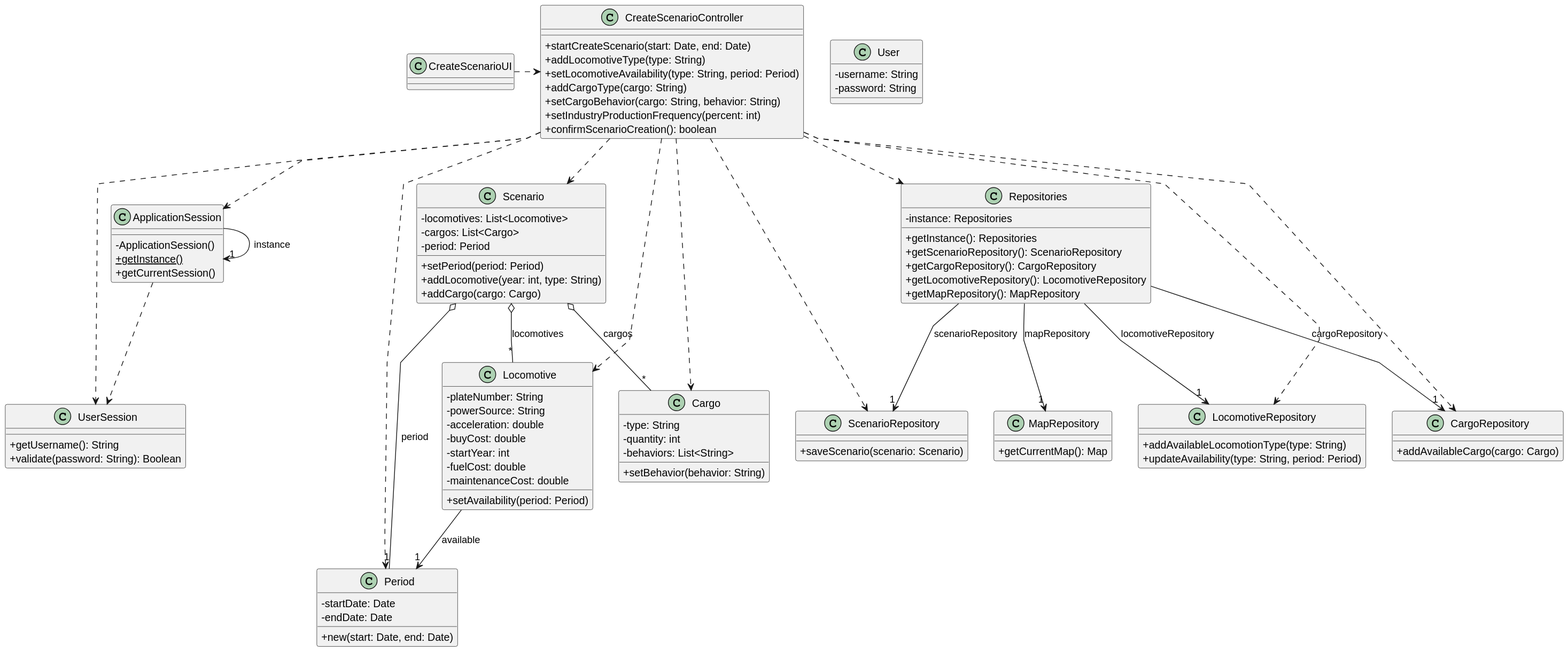
1240826/empire-on-tracks keeps this PlantUML diagram as docs/system-documentation/US004/03.design/svg/US004-CD.svg. Above is the earlier version.
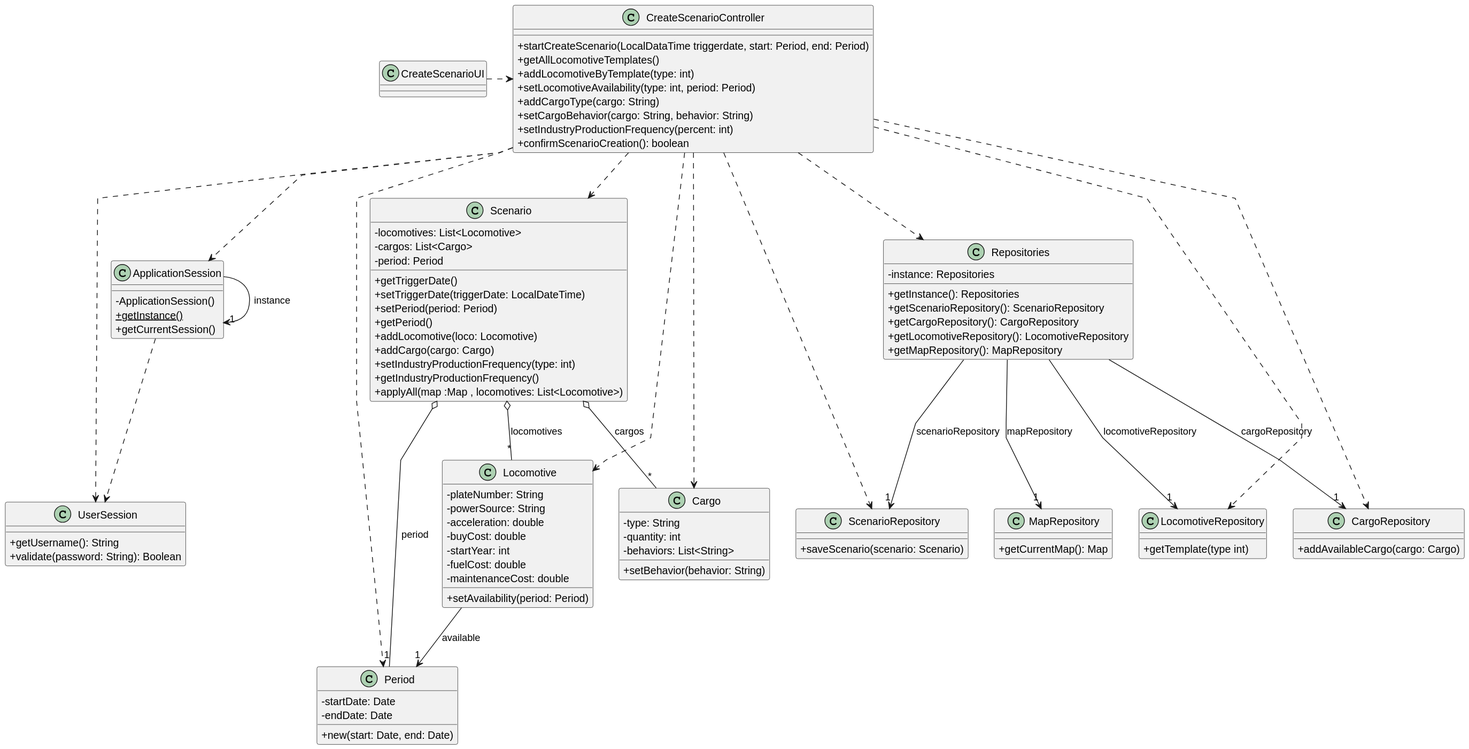
Later version of the same file.

Commit message:
updates on houseblock automatic method

The edit, as a diff of the source:
```diff
@@ -4,11 +4,6 @@
 skinparam linetype polyline
 skinparam classAttributeIconSize 0
 
-
-class User {
-    - username: String
-    - password: String
-}
 
 class ApplicationSession
 {
@@ -31,9 +26,10 @@
 }
 
 class CreateScenarioController {
-    + startCreateScenario(start: Date, end: Date)
-    + addLocomotiveType(type: String)
-    + setLocomotiveAvailability(type: String, period: Period)
+    + startCreateScenario(LocalDataTime triggerdate, start: Period, end: Period)
+    + getAllLocomotiveTemplates()
+    + addLocomotiveByTemplate(type: int)
+    + setLocomotiveAvailability(type: int, period: Period)
     + addCargoType(cargo: String)
     + setCargoBehavior(cargo: String, behavior: String)
     + setIndustryProductionFrequency(percent: int)
@@ -47,9 +43,15 @@
     - locomotives: List<Locomotive>
     - cargos: List<Cargo>
     - period: Period
+    + getTriggerDate()
+    + setTriggerDate(triggerDate: LocalDateTime)
     + setPeriod(period: Period)
-    + addLocomotive(year: int, type: String)
+    + getPeriod()
+    + addLocomotive(loco: Locomotive)
     + addCargo(cargo: Cargo)
+    + setIndustryProductionFrequency(type: int)
+    + getIndustryProductionFrequency()
+    + applyAll(map :Map , locomotives: List<Locomotive>)
 }
 
 class Period {
@@ -94,8 +96,7 @@
 }
 
 class LocomotiveRepository {
-    + addAvailableLocomotionType(type: String)
-    + updateAvailability(type: String, period: Period)
+    + getTemplate(type int)
 }
 
 class MapRepository {
```
